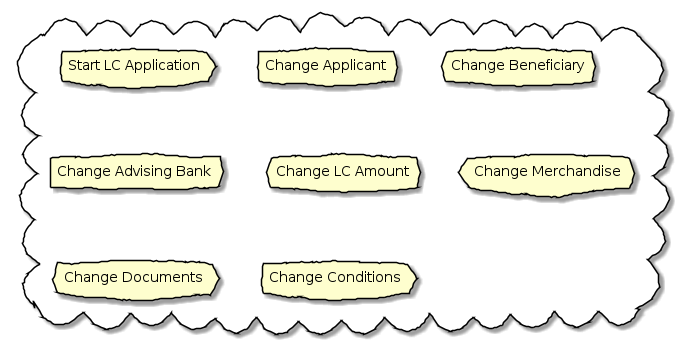
This is images/revised-commands-recap.png from ddd-book-java/prem-website, a PlantUML export, as it was before one commit.
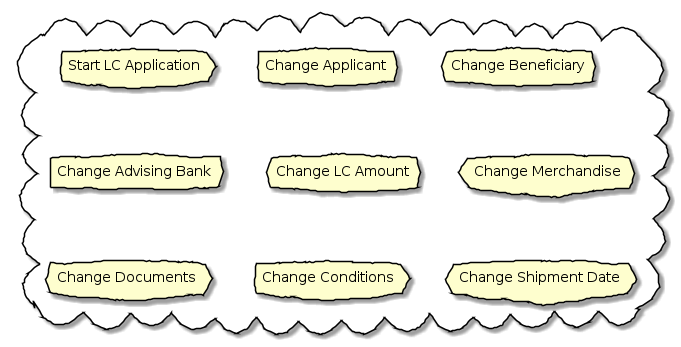
Above is the later version.

What changed in the source:
```diff
@@ -11,6 +11,7 @@
     cloud "Change Merchandise"
     cloud "Change Documents"
     cloud "Change Conditions"
+    cloud "Change Shipment Date"
 }
 
 @enduml
```
